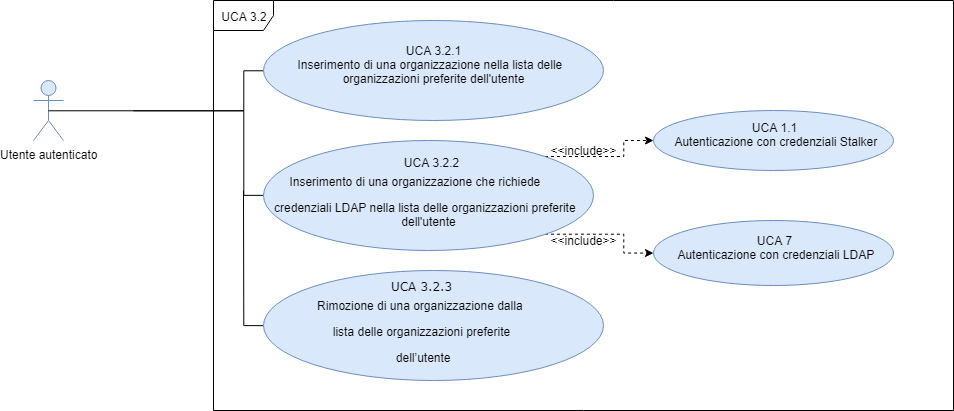
qb-team/Stalker-Documentazione keeps this draw.io diagram as DocumentazioneEsterna/AnalisiRequisiti/sezioni/UseCase/Immagini/UCA3.2.png. Above is the earlier version. Source tidied: cells renumbered, new cells last; positions are measured from the earlier drawing's top-left corner, leaving out a move shared by most shapes.
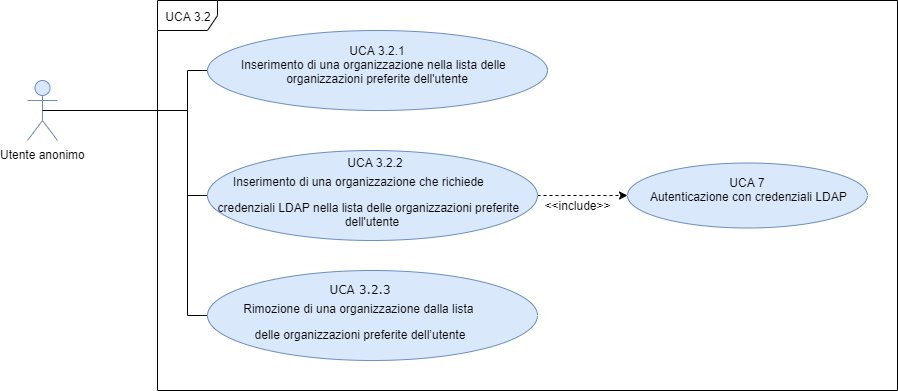
After the commit.

The edit, as a diff of the source:
```diff
@@ -3,13 +3,14 @@
     <mxCell id="0" />
     <mxCell id="1" parent="0" />
     <mxCell id="2" value="UCA 3.2" style="shape=umlFrame;whiteSpace=wrap;html=1;fontSize=12;" parent="1" vertex="1">
-      <mxGeometry x="180" width="740" height="410" as="geometry" />
+      <mxGeometry x="180" width="740" height="390" as="geometry" />
     </mxCell>
-    <mxCell id="3" value="Utente autenticato" style="shape=umlActor;verticalLabelPosition=bottom;labelBackgroundColor=#ffffff;verticalAlign=top;html=1;outlineConnect=0;fillColor=#dae8fc;strokeColor=#6c8ebf;fontSize=12;" parent="1" vertex="1">
-      <mxGeometry y="80" width="30" height="60" as="geometry" />
+    <mxCell id="3" value="Utente anonimo" style="shape=umlActor;verticalLabelPosition=bottom;labelBackgroundColor=#ffffff;verticalAlign=top;html=1;outlineConnect=0;fillColor=#dae8fc;strokeColor=#6c8ebf;fontSize=12;" parent="1" vertex="1">
+      <mxGeometry x="50" y="80" width="30" height="60" as="geometry" />
     </mxCell>
-    <mxCell id="4" style="edgeStyle=orthogonalEdgeStyle;rounded=0;jettySize=auto;html=1;exitX=0;exitY=0.5;exitDx=0;exitDy=0;entryX=0.5;entryY=0.5;entryDx=0;entryDy=0;entryPerimeter=0;endArrow=none;endFill=0;fontSize=12;" parent="1" edge="1" source="5" target="3">
+    <mxCell id="4" style="edgeStyle=orthogonalEdgeStyle;rounded=0;jettySize=auto;html=1;exitX=0;exitY=0.5;exitDx=0;exitDy=0;endArrow=none;endFill=0;fontSize=12;" parent="1" edge="1" source="5">
       <mxGeometry relative="1" as="geometry">
+        <mxPoint x="70" y="110" as="targetPoint" />
         <Array as="points">
           <mxPoint x="210" y="70" />
           <mxPoint x="210" y="110" />
@@ -17,45 +18,35 @@
       </mxGeometry>
     </mxCell>
     <mxCell id="5" value="&lt;div style=&quot;font-size: 12px&quot;&gt;&lt;font style=&quot;font-size: 12px&quot;&gt;&lt;span style=&quot;font-size: 12px&quot;&gt;UCA 3.2.1&lt;/span&gt;&lt;/font&gt;&lt;/div&gt;&lt;div style=&quot;text-indent: -24px&quot;&gt;&amp;nbsp; &amp;nbsp; &amp;nbsp;Inserimento di una organizzazione nella lista delle organizzazioni preferite dell'utente&lt;br&gt;&lt;/div&gt;&lt;p class=&quot;MsoListParagraph&quot; style=&quot;text-indent: -18pt ; font-size: 12px&quot;&gt;&lt;/p&gt;" style="ellipse;whiteSpace=wrap;html=1;fillColor=#dae8fc;strokeColor=#6c8ebf;fontSize=12;" parent="1" vertex="1">
-      <mxGeometry x="230" y="20" width="340" height="100" as="geometry" />
+      <mxGeometry x="230" y="30" width="340" height="80" as="geometry" />
     </mxCell>
-    <mxCell id="6" style="edgeStyle=orthogonalEdgeStyle;rounded=0;jettySize=auto;html=1;exitX=0;exitY=0.5;exitDx=0;exitDy=0;endArrow=none;endFill=0;fontSize=12;" parent="1" edge="1" source="9">
+    <mxCell id="6" style="edgeStyle=orthogonalEdgeStyle;rounded=0;jettySize=auto;html=1;exitX=0;exitY=0.5;exitDx=0;exitDy=0;endArrow=none;endFill=0;fontSize=12;entryX=0.5;entryY=0.5;entryDx=0;entryDy=0;entryPerimeter=0;" parent="1" edge="1" source="9" target="3">
       <mxGeometry relative="1" as="geometry">
-        <mxPoint x="100" y="110" as="targetPoint" />
         <Array as="points">
           <mxPoint x="210" y="195" />
           <mxPoint x="210" y="110" />
         </Array>
       </mxGeometry>
     </mxCell>
-    <mxCell id="7" style="edgeStyle=orthogonalEdgeStyle;rounded=0;jettySize=auto;html=1;exitX=1;exitY=0;exitDx=0;exitDy=0;endArrow=classic;endFill=1;dashed=1;" parent="1" edge="1" source="9" target="12">
-      <mxGeometry relative="1" as="geometry" />
-    </mxCell>
-    <mxCell id="8" style="edgeStyle=orthogonalEdgeStyle;rounded=0;jettySize=auto;html=1;entryX=0;entryY=0.5;entryDx=0;entryDy=0;endArrow=classic;endFill=1;dashed=1;exitX=1;exitY=1;exitDx=0;exitDy=0;" parent="1" edge="1" source="9" target="14">
+    <mxCell id="8" style="edgeStyle=orthogonalEdgeStyle;rounded=0;jettySize=auto;html=1;entryX=0;entryY=0.5;entryDx=0;entryDy=0;endArrow=classic;endFill=1;dashed=1;exitX=1;exitY=0.5;exitDx=0;exitDy=0;" parent="1" edge="1" source="9" target="14">
       <mxGeometry relative="1" as="geometry" />
     </mxCell>
     <mxCell id="9" value="&lt;p class=&quot;MsoListParagraph&quot; style=&quot;text-indent: -18pt ; line-height: 0%&quot;&gt;&amp;nbsp; &amp;nbsp; &amp;nbsp; &amp;nbsp; &amp;nbsp; UCA 3.2.2&amp;nbsp;&lt;/p&gt;&lt;p class=&quot;MsoListParagraph&quot; style=&quot;text-indent: -18pt ; line-height: 120%&quot;&gt;Inserimento di una organizzazione che&amp;nbsp;&lt;span style=&quot;text-indent: -18pt&quot;&gt;richiede&amp;nbsp;&lt;/span&gt;&lt;/p&gt;&lt;p class=&quot;MsoListParagraph&quot; style=&quot;text-indent: -18pt ; line-height: 120%&quot;&gt;&lt;span style=&quot;text-indent: -18pt ; line-height: 50%&quot;&gt;&amp;nbsp; &amp;nbsp; &amp;nbsp;credenziali LDAP nella lista delle organizzazioni preferite dell'utente&lt;/span&gt;&lt;/p&gt;" style="ellipse;whiteSpace=wrap;html=1;fillColor=#dae8fc;strokeColor=#6c8ebf;fontSize=12;align=center;" parent="1" vertex="1">
-      <mxGeometry x="230" y="140" width="330" height="110" as="geometry" />
+      <mxGeometry x="230" y="150" width="330" height="90" as="geometry" />
     </mxCell>
     <mxCell id="10" style="edgeStyle=orthogonalEdgeStyle;rounded=0;jettySize=auto;html=1;exitX=0;exitY=0.5;exitDx=0;exitDy=0;endArrow=none;endFill=0;" parent="1" edge="1" source="11">
       <mxGeometry relative="1" as="geometry">
         <mxPoint x="210" y="190" as="targetPoint" />
       </mxGeometry>
     </mxCell>
-    <mxCell id="11" value="&lt;p class=&quot;MsoListParagraph&quot; style=&quot;text-indent: -18pt ; font-size: 12px ; line-height: 0%&quot;&gt;&lt;font style=&quot;font-size: 12px&quot;&gt;&lt;font face=&quot;Verdana&quot; style=&quot;font-size: 12px&quot;&gt;UCA 3.2.3&lt;/font&gt;&lt;/font&gt;&lt;/p&gt;&lt;p class=&quot;MsoListParagraph&quot; style=&quot;text-indent: -18pt ; font-size: 12px&quot;&gt;&lt;span style=&quot;text-indent: -18pt&quot;&gt;Rimozione di una organizzazione dalla&amp;nbsp;&lt;/span&gt;&lt;/p&gt;&lt;div style=&quot;text-indent: -24px&quot;&gt;&lt;span&gt;lista delle organizzazioni preferite&lt;/span&gt;&lt;/div&gt;&lt;p class=&quot;MsoListParagraph&quot; style=&quot;text-indent: -18pt ; font-size: 12px&quot;&gt;&lt;span style=&quot;text-indent: -18pt&quot;&gt;&amp;nbsp;dell’utente&lt;/span&gt;&lt;/p&gt;" style="ellipse;whiteSpace=wrap;html=1;fillColor=#dae8fc;strokeColor=#6c8ebf;fontSize=12;align=center;" parent="1" vertex="1">
-      <mxGeometry x="230" y="270" width="340" height="110" as="geometry" />
+    <mxCell id="11" value="&lt;p class=&quot;MsoListParagraph&quot; style=&quot;text-indent: -18pt ; font-size: 12px ; line-height: 0%&quot;&gt;&lt;span style=&quot;font-family: &amp;#34;verdana&amp;#34; ; text-indent: -18pt&quot;&gt;UCA 3.2.3&lt;/span&gt;&lt;br&gt;&lt;/p&gt;&lt;p class=&quot;MsoListParagraph&quot; style=&quot;text-indent: -18pt ; font-size: 12px&quot;&gt;&lt;span style=&quot;text-indent: -18pt ; line-height: 90%&quot;&gt;Rimozione di una organizzazione dalla&amp;nbsp;&lt;/span&gt;&lt;span&gt;lista&amp;nbsp;&lt;/span&gt;&lt;/p&gt;&lt;p class=&quot;MsoListParagraph&quot; style=&quot;text-indent: -18pt ; font-size: 12px&quot;&gt;&lt;span&gt;delle organizzazioni preferite&amp;nbsp;&lt;/span&gt;&lt;span style=&quot;text-indent: -18pt&quot;&gt;dell’utente&lt;/span&gt;&lt;/p&gt;" style="ellipse;whiteSpace=wrap;html=1;fillColor=#dae8fc;strokeColor=#6c8ebf;fontSize=12;align=center;" parent="1" vertex="1">
+      <mxGeometry x="230" y="270" width="330" height="90" as="geometry" />
     </mxCell>
-    <mxCell id="12" value="&lt;div style=&quot;font-size: 12px&quot;&gt;UCA 1.1&lt;/div&gt;&lt;div style=&quot;font-size: 12px&quot;&gt;&amp;nbsp;Autenticazione con credenziali Stalker&lt;/div&gt;&lt;p class=&quot;MsoListParagraph&quot; style=&quot;text-indent: -18pt ; font-size: 12px&quot;&gt;&lt;/p&gt;" style="ellipse;whiteSpace=wrap;html=1;fillColor=#dae8fc;strokeColor=#6c8ebf;fontSize=12;" parent="1" vertex="1">
-      <mxGeometry x="620" y="110" width="240" height="60" as="geometry" />
-    </mxCell>
-    <mxCell id="13" value="&amp;lt;&amp;lt;include&amp;gt;&amp;gt;" style="text;html=1;strokeColor=none;fillColor=none;align=center;verticalAlign=middle;whiteSpace=wrap;rounded=0;" parent="1" vertex="1">
-      <mxGeometry x="530" y="140" width="40" height="20" as="geometry" />
-    </mxCell>
     <mxCell id="14" value="&lt;div style=&quot;font-size: 12px&quot;&gt;UCA 7&lt;/div&gt;&lt;div style=&quot;font-size: 12px&quot;&gt;&amp;nbsp;Autenticazione con credenziali LDAP&lt;/div&gt;&lt;p class=&quot;MsoListParagraph&quot; style=&quot;text-indent: -18pt ; font-size: 12px&quot;&gt;&lt;/p&gt;" style="ellipse;whiteSpace=wrap;html=1;fillColor=#dae8fc;strokeColor=#6c8ebf;fontSize=12;" parent="1" vertex="1">
-      <mxGeometry x="620" y="220" width="240" height="65" as="geometry" />
+      <mxGeometry x="650" y="162.5" width="240" height="65" as="geometry" />
     </mxCell>
     <mxCell id="15" value="&amp;lt;&amp;lt;include&amp;gt;&amp;gt;" style="text;html=1;strokeColor=none;fillColor=none;align=center;verticalAlign=middle;whiteSpace=wrap;rounded=0;" parent="1" vertex="1">
-      <mxGeometry x="530" y="230" width="40" height="20" as="geometry" />
+      <mxGeometry x="580" y="195" width="40" height="20" as="geometry" />
     </mxCell>
   </root>
 </mxGraphModel>
```
